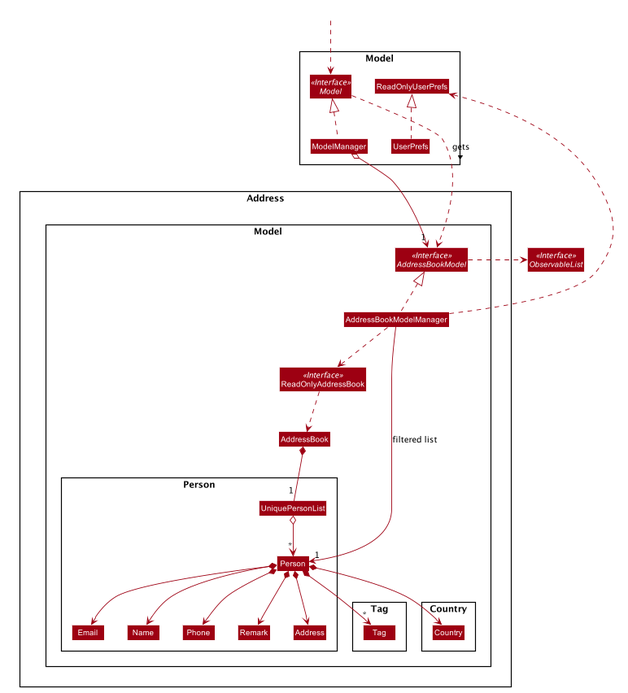
This is docs/images/AddressModelClassDiagram.png from nus-cs2103-AY1920S1/addressbook-level3, a PlantUML export, as it was before one commit.
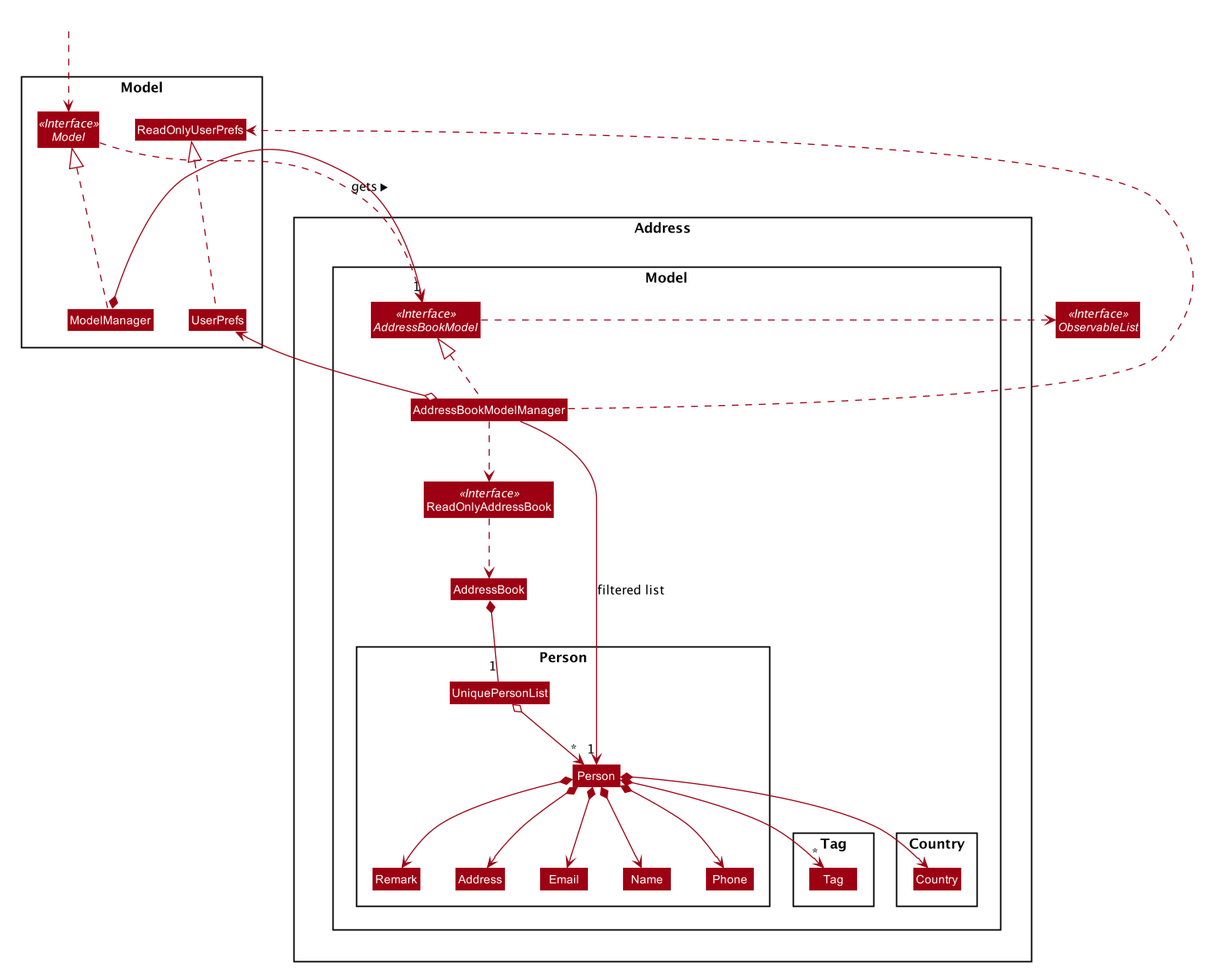
After the commit.

Commit message:
Update UML class diagrams and images

Change to the diagram source:
```diff
@@ -93,7 +93,7 @@
 
 Model.ModelManager .up.|> Model.Model
 Model.Model .down.> Address.Model.AddressBookModel :gets >
-Model.ModelManager o--> "1" Address.Model.AddressBookModel
+Model.ModelManager *--> "1" Address.Model.AddressBookModel
 Model.UserPrefs .up.|> Model.ReadOnlyUserPrefs
 
 Address.Model.AddressBookModel .right.> ObservableList
@@ -101,6 +101,7 @@
 Address.Model.AddressBookModelManager ..> Address.Model.ReadOnlyAddressBook
 Address.Model.AddressBookModelManager ..>  Model.ReadOnlyUserPrefs
 Address.Model.AddressBookModelManager -->"1" Address.Model.Person.Person : filtered list
+Address.Model.AddressBookModelManager o--> Model.UserPrefs
 
 Address.Model.ReadOnlyAddressBook ..> Address.Model.AddressBook
 
```
